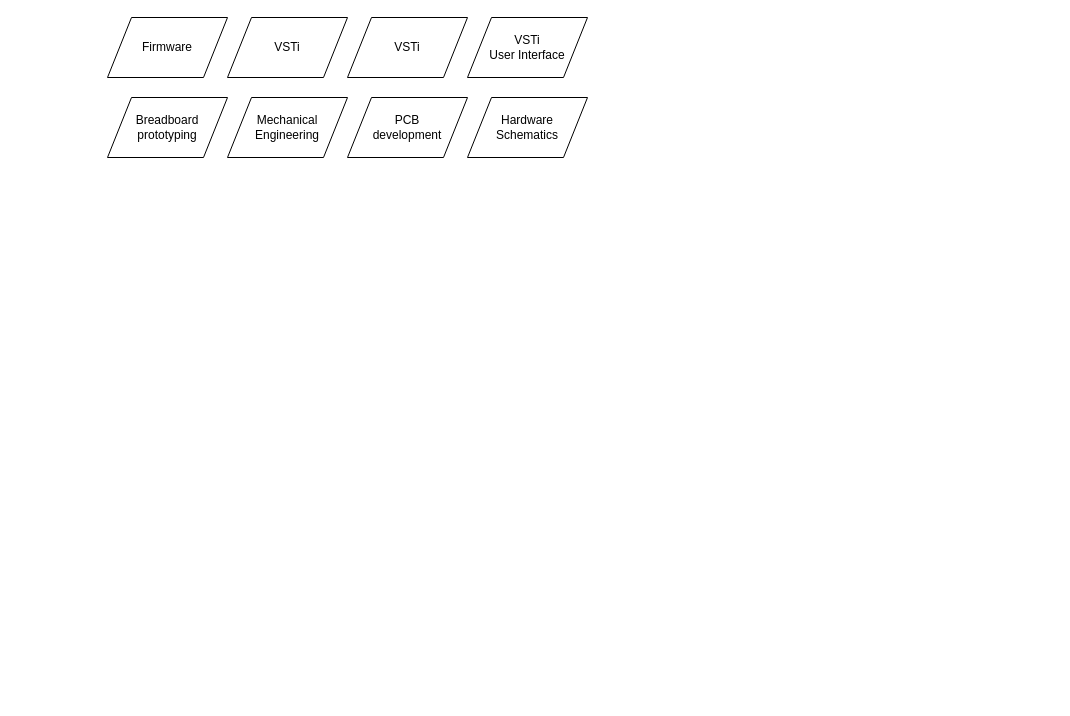
This is page "Page-1" (1 of 3) of process.drawio from gorangrubic/imbAVR.ArduinoSynth, a draw.io file, before an edit. Source tidied: cells renumbered, new cells numbered last; positions are measured from the earlier drawing's top-left corner, leaving out a move shared by most shapes. Both pictures are drawn from the tidied source at 100%, with x=0, y=0 at pixel (107, 17).
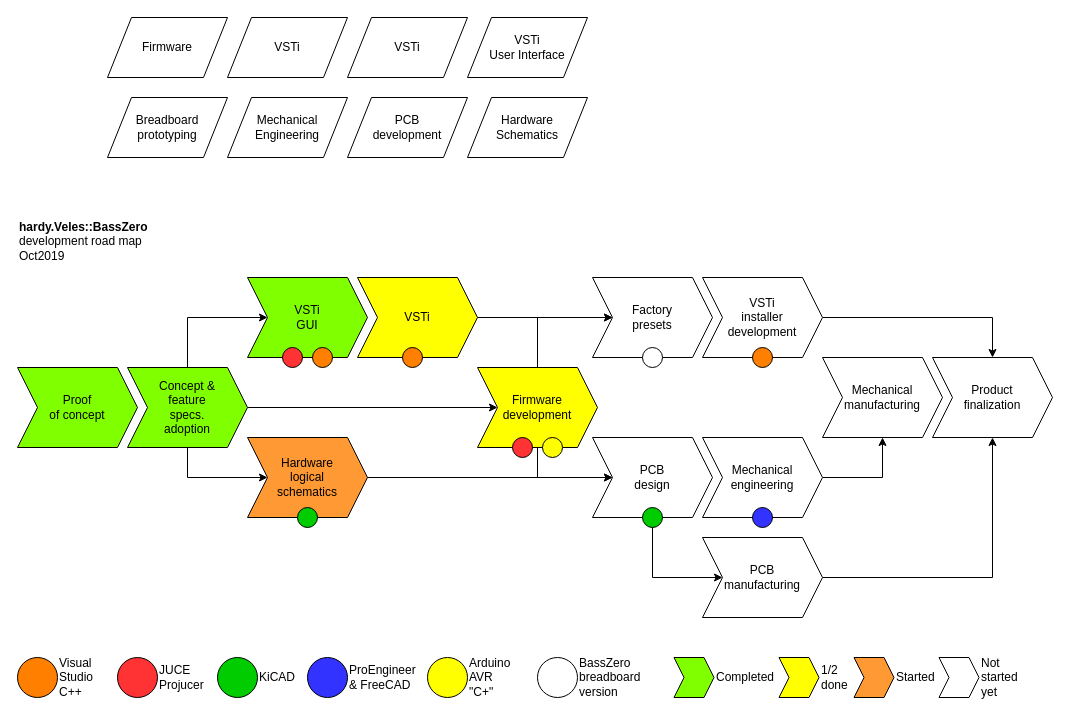
The same page after the edit.

The edit, as a diff of the source:
```diff
@@
+    <mxCell id="10" value="Proof &lt;br&gt;of concept" style="shape=step;perimeter=stepPerimeter;whiteSpace=wrap;html=1;fixedSize=1;fillColor=#80FF00;" parent="1" vertex="1">
+      <mxGeometry x="-90" y="350" width="120" height="80" as="geometry" />
+    </mxCell>
+    <mxCell id="11" value="VSTi&lt;br&gt;GUI" style="shape=step;perimeter=stepPerimeter;whiteSpace=wrap;html=1;fixedSize=1;fillColor=#80FF00;" parent="1" vertex="1">
+      <mxGeometry x="140" y="260" width="120" height="80" as="geometry" />
+    </mxCell>
+    <mxCell id="12" style="edgeStyle=orthogonalEdgeStyle;rounded=0;jettySize=auto;html=1;entryX=0;entryY=0.5;entryDx=0;entryDy=0;" parent="1" edge="1" source="13" target="18">
+      <mxGeometry relative="1" as="geometry" />
+    </mxCell>
+    <mxCell id="13" value="Hardware&lt;br&gt;logical&lt;br&gt;schematics" style="shape=step;perimeter=stepPerimeter;whiteSpace=wrap;html=1;fixedSize=1;fillColor=#FF9933;" parent="1" vertex="1">
+      <mxGeometry x="140" y="420" width="120" height="80" as="geometry" />
+    </mxCell>
+    <mxCell id="14" style="edgeStyle=orthogonalEdgeStyle;rounded=0;jettySize=auto;html=1;entryX=0;entryY=0.5;entryDx=0;entryDy=0;" parent="1" edge="1" source="16" target="25">
+      <mxGeometry relative="1" as="geometry">
+        <Array as="points">
+          <mxPoint x="430" y="300" />
+        </Array>
+      </mxGeometry>
+    </mxCell>
+    <mxCell id="15" style="edgeStyle=orthogonalEdgeStyle;rounded=0;jettySize=auto;html=1;entryX=0;entryY=0.5;entryDx=0;entryDy=0;" parent="1" edge="1" source="16" target="18">
+      <mxGeometry relative="1" as="geometry">
+        <Array as="points">
+          <mxPoint x="430" y="460" />
+        </Array>
+      </mxGeometry>
+    </mxCell>
+    <mxCell id="16" value="Firmware&lt;br&gt;development" style="shape=step;perimeter=stepPerimeter;whiteSpace=wrap;html=1;fixedSize=1;fillColor=#FFFF00;" parent="1" vertex="1">
+      <mxGeometry x="370" y="350" width="120" height="80" as="geometry" />
+    </mxCell>
+    <mxCell id="17" style="edgeStyle=orthogonalEdgeStyle;rounded=0;jettySize=auto;html=1;entryX=0;entryY=0.5;entryDx=0;entryDy=0;" parent="1" edge="1" source="18" target="27">
+      <mxGeometry relative="1" as="geometry">
+        <Array as="points">
+          <mxPoint x="545" y="560" />
+        </Array>
+      </mxGeometry>
+    </mxCell>
+    <mxCell id="18" value="PCB&lt;br&gt;design" style="shape=step;perimeter=stepPerimeter;whiteSpace=wrap;html=1;fixedSize=1;" parent="1" vertex="1">
+      <mxGeometry x="485" y="420" width="120" height="80" as="geometry" />
+    </mxCell>
+    <mxCell id="19" style="edgeStyle=orthogonalEdgeStyle;rounded=0;jettySize=auto;html=1;entryX=0;entryY=0.5;entryDx=0;entryDy=0;" parent="1" edge="1" source="22" target="11">
+      <mxGeometry relative="1" as="geometry">
+        <Array as="points">
+          <mxPoint x="80" y="300" />
+        </Array>
+      </mxGeometry>
+    </mxCell>
+    <mxCell id="20" style="edgeStyle=orthogonalEdgeStyle;rounded=0;jettySize=auto;html=1;entryX=0;entryY=0.5;entryDx=0;entryDy=0;" parent="1" edge="1" source="22" target="13">
+      <mxGeometry relative="1" as="geometry">
+        <Array as="points">
+          <mxPoint x="80" y="460" />
+        </Array>
+      </mxGeometry>
+    </mxCell>
+    <mxCell id="21" style="edgeStyle=orthogonalEdgeStyle;rounded=0;jettySize=auto;html=1;" parent="1" edge="1" source="22" target="16">
+      <mxGeometry relative="1" as="geometry" />
+    </mxCell>
+    <mxCell id="22" value="Concept &amp;amp;&lt;br&gt;feature&lt;br&gt;specs.&lt;br&gt;adoption" style="shape=step;perimeter=stepPerimeter;whiteSpace=wrap;html=1;fixedSize=1;fillColor=#80FF00;" parent="1" vertex="1">
+      <mxGeometry x="20" y="350" width="120" height="80" as="geometry" />
+    </mxCell>
+    <mxCell id="23" style="edgeStyle=orthogonalEdgeStyle;rounded=0;jettySize=auto;html=1;entryX=0.5;entryY=1;entryDx=0;entryDy=0;" parent="1" edge="1" source="24" target="28">
+      <mxGeometry relative="1" as="geometry">
+        <Array as="points">
+          <mxPoint x="775" y="460" />
+        </Array>
+      </mxGeometry>
+    </mxCell>
+    <mxCell id="24" value="Mechanical&lt;br&gt;engineering" style="shape=step;perimeter=stepPerimeter;whiteSpace=wrap;html=1;fixedSize=1;" parent="1" vertex="1">
+      <mxGeometry x="595" y="420" width="120" height="80" as="geometry" />
+    </mxCell>
+    <mxCell id="25" value="Factory&lt;br&gt;presets" style="shape=step;perimeter=stepPerimeter;whiteSpace=wrap;html=1;fixedSize=1;" parent="1" vertex="1">
+      <mxGeometry x="485" y="260" width="120" height="80" as="geometry" />
+    </mxCell>
+    <mxCell id="26" style="edgeStyle=orthogonalEdgeStyle;rounded=0;jettySize=auto;html=1;entryX=0.5;entryY=1;entryDx=0;entryDy=0;" parent="1" edge="1" source="27" target="31">
+      <mxGeometry relative="1" as="geometry" />
+    </mxCell>
+    <mxCell id="27" value="PCB&lt;br&gt;manufacturing" style="shape=step;perimeter=stepPerimeter;whiteSpace=wrap;html=1;fixedSize=1;" parent="1" vertex="1">
+      <mxGeometry x="595" y="520" width="120" height="80" as="geometry" />
+    </mxCell>
+    <mxCell id="28" value="Mechanical&lt;br&gt;manufacturing" style="shape=step;perimeter=stepPerimeter;whiteSpace=wrap;html=1;fixedSize=1;" parent="1" vertex="1">
+      <mxGeometry x="715" y="340" width="120" height="80" as="geometry" />
+    </mxCell>
+    <mxCell id="29" style="edgeStyle=orthogonalEdgeStyle;rounded=0;jettySize=auto;html=1;entryX=0.5;entryY=0;entryDx=0;entryDy=0;" parent="1" edge="1" source="30" target="31">
+      <mxGeometry relative="1" as="geometry" />
+    </mxCell>
+    <mxCell id="30" value="VSTi&lt;br&gt;installer&lt;br&gt;development" style="shape=step;perimeter=stepPerimeter;whiteSpace=wrap;html=1;fixedSize=1;" parent="1" vertex="1">
+      <mxGeometry x="595" y="260" width="120" height="80" as="geometry" />
+    </mxCell>
+    <mxCell id="31" value="Product&lt;br&gt;finalization" style="shape=step;perimeter=stepPerimeter;whiteSpace=wrap;html=1;fixedSize=1;" parent="1" vertex="1">
+      <mxGeometry x="825" y="340" width="120" height="80" as="geometry" />
+    </mxCell>
+    <mxCell id="32" value="Visual&lt;br&gt;Studio&lt;br&gt;C++" style="ellipse;whiteSpace=wrap;html=1;labelPosition=right;verticalLabelPosition=middle;align=left;verticalAlign=middle;fillColor=#FF8000;" parent="1" vertex="1">
+      <mxGeometry x="-90" y="640" width="40" height="40" as="geometry" />
+    </mxCell>
+    <mxCell id="33" value="JUCE&lt;br&gt;Projucer" style="ellipse;whiteSpace=wrap;html=1;labelPosition=right;verticalLabelPosition=middle;align=left;verticalAlign=middle;fillColor=#FF3333;" parent="1" vertex="1">
+      <mxGeometry x="10" y="640" width="40" height="40" as="geometry" />
+    </mxCell>
+    <mxCell id="34" style="edgeStyle=orthogonalEdgeStyle;rounded=0;jettySize=auto;html=1;" parent="1" edge="1" source="35" target="25">
+      <mxGeometry relative="1" as="geometry" />
+    </mxCell>
+    <mxCell id="35" value="VSTi" style="shape=step;perimeter=stepPerimeter;whiteSpace=wrap;html=1;fixedSize=1;fillColor=#FFFF00;" parent="1" vertex="1">
+      <mxGeometry x="250" y="260" width="120" height="80" as="geometry" />
+    </mxCell>
+    <mxCell id="36" value="KiCAD" style="ellipse;whiteSpace=wrap;html=1;labelPosition=right;verticalLabelPosition=middle;align=left;verticalAlign=middle;fillColor=#00CC00;" parent="1" vertex="1">
+      <mxGeometry x="110" y="640" width="40" height="40" as="geometry" />
+    </mxCell>
+    <mxCell id="37" value="BassZero&lt;br&gt;breadboard&lt;br&gt;version" style="ellipse;whiteSpace=wrap;html=1;labelPosition=right;verticalLabelPosition=middle;align=left;verticalAlign=middle;" parent="1" vertex="1">
+      <mxGeometry x="430" y="640" width="40" height="40" as="geometry" />
+    </mxCell>
+    <mxCell id="38" value="ProEngineer&lt;br&gt;&amp;amp; FreeCAD" style="ellipse;whiteSpace=wrap;html=1;labelPosition=right;verticalLabelPosition=middle;align=left;verticalAlign=middle;fillColor=#3333FF;" parent="1" vertex="1">
+      <mxGeometry x="200" y="640" width="40" height="40" as="geometry" />
+    </mxCell>
+    <mxCell id="39" style="ellipse;whiteSpace=wrap;html=1;fillColor=#FF3333;" parent="1" vertex="1">
+      <mxGeometry x="175" y="330" width="20" height="20" as="geometry" />
+    </mxCell>
+    <mxCell id="40" style="ellipse;whiteSpace=wrap;html=1;fillColor=#FF8000;" parent="1" vertex="1">
+      <mxGeometry x="295" y="330" width="20" height="20" as="geometry" />
+    </mxCell>
+    <mxCell id="41" value="Arduino&lt;br&gt;AVR &quot;C+&quot;" style="ellipse;whiteSpace=wrap;html=1;labelPosition=right;verticalLabelPosition=middle;align=left;verticalAlign=middle;fillColor=#FFFF00;" parent="1" vertex="1">
+      <mxGeometry x="320" y="640" width="40" height="40" as="geometry" />
+    </mxCell>
+    <mxCell id="42" style="ellipse;whiteSpace=wrap;html=1;fillColor=#FF3333;" parent="1" vertex="1">
+      <mxGeometry x="405" y="420" width="20" height="20" as="geometry" />
+    </mxCell>
+    <mxCell id="43" style="ellipse;whiteSpace=wrap;html=1;fillColor=#FFFF00;" parent="1" vertex="1">
+      <mxGeometry x="435" y="420" width="20" height="20" as="geometry" />
+    </mxCell>
+    <mxCell id="44" style="ellipse;whiteSpace=wrap;html=1;fillColor=#00CC00;" parent="1" vertex="1">
+      <mxGeometry x="535" y="490" width="20" height="20" as="geometry" />
+    </mxCell>
+    <mxCell id="45" style="ellipse;whiteSpace=wrap;html=1;fillColor=#00CC00;" parent="1" vertex="1">
+      <mxGeometry x="190" y="490" width="20" height="20" as="geometry" />
+    </mxCell>
+    <mxCell id="46" style="ellipse;whiteSpace=wrap;html=1;fillColor=#FFFFFF;" parent="1" vertex="1">
+      <mxGeometry x="535" y="330" width="20" height="20" as="geometry" />
+    </mxCell>
+    <mxCell id="47" style="ellipse;whiteSpace=wrap;html=1;fillColor=#3333FF;" parent="1" vertex="1">
+      <mxGeometry x="645" y="490" width="20" height="20" as="geometry" />
+    </mxCell>
+    <mxCell id="48" style="ellipse;whiteSpace=wrap;html=1;fillColor=#FF8000;" parent="1" vertex="1">
+      <mxGeometry x="645" y="330" width="20" height="20" as="geometry" />
+    </mxCell>
+    <mxCell id="49" style="ellipse;whiteSpace=wrap;html=1;fillColor=#FF8000;" parent="1" vertex="1">
+      <mxGeometry x="205" y="330" width="20" height="20" as="geometry" />
+    </mxCell>
+    <mxCell id="50" value="Completed" style="shape=step;perimeter=stepPerimeter;whiteSpace=wrap;html=1;fixedSize=1;fillColor=#80FF00;labelPosition=right;verticalLabelPosition=middle;align=left;verticalAlign=middle;size=10;" parent="1" vertex="1">
+      <mxGeometry x="566.5" y="640" width="40" height="40" as="geometry" />
+    </mxCell>
+    <mxCell id="51" value="1/2 done" style="shape=step;perimeter=stepPerimeter;whiteSpace=wrap;html=1;fixedSize=1;fillColor=#FFFF00;labelPosition=right;verticalLabelPosition=middle;align=left;verticalAlign=middle;size=10;" parent="1" vertex="1">
+      <mxGeometry x="671.5" y="640" width="40" height="40" as="geometry" />
+    </mxCell>
+    <mxCell id="52" value="Started" style="shape=step;perimeter=stepPerimeter;whiteSpace=wrap;html=1;fixedSize=1;fillColor=#FF9933;labelPosition=right;verticalLabelPosition=middle;align=left;verticalAlign=middle;size=10;" parent="1" vertex="1">
+      <mxGeometry x="746.5" y="640" width="40" height="40" as="geometry" />
+    </mxCell>
+    <mxCell id="53" value="Not started&lt;br&gt;yet" style="shape=step;perimeter=stepPerimeter;whiteSpace=wrap;html=1;fixedSize=1;fillColor=#FFFFFF;labelPosition=right;verticalLabelPosition=middle;align=left;verticalAlign=middle;size=10;" parent="1" vertex="1">
+      <mxGeometry x="831.5" y="640" width="40" height="40" as="geometry" />
+    </mxCell>
+    <mxCell id="54" value="&lt;b&gt;hardy.Veles::BassZero&lt;/b&gt;&lt;br&gt;development road map&lt;br&gt;Oct2019" style="text;html=1;align=left;verticalAlign=top;spacingTop=-4;" parent="1" vertex="1">
+      <mxGeometry x="-90" y="200" width="140" height="40" as="geometry" />
+    </mxCell>
```
